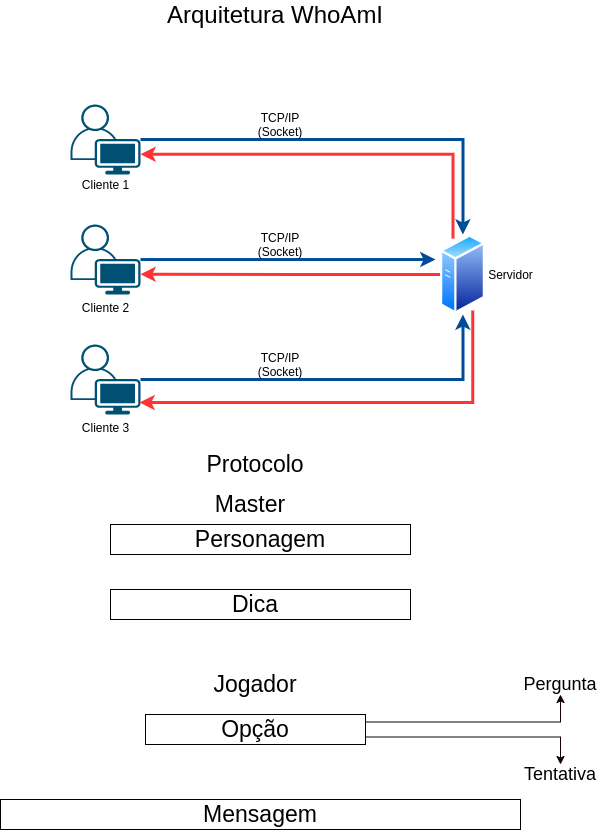
vnc10/ProjetoSD keeps this draw.io diagram as arqSQ.png. Above is the earlier version. Source tidied: cells renumbered, new cells last; positions are measured from the earlier drawing's top-left corner, leaving out a move shared by most shapes.
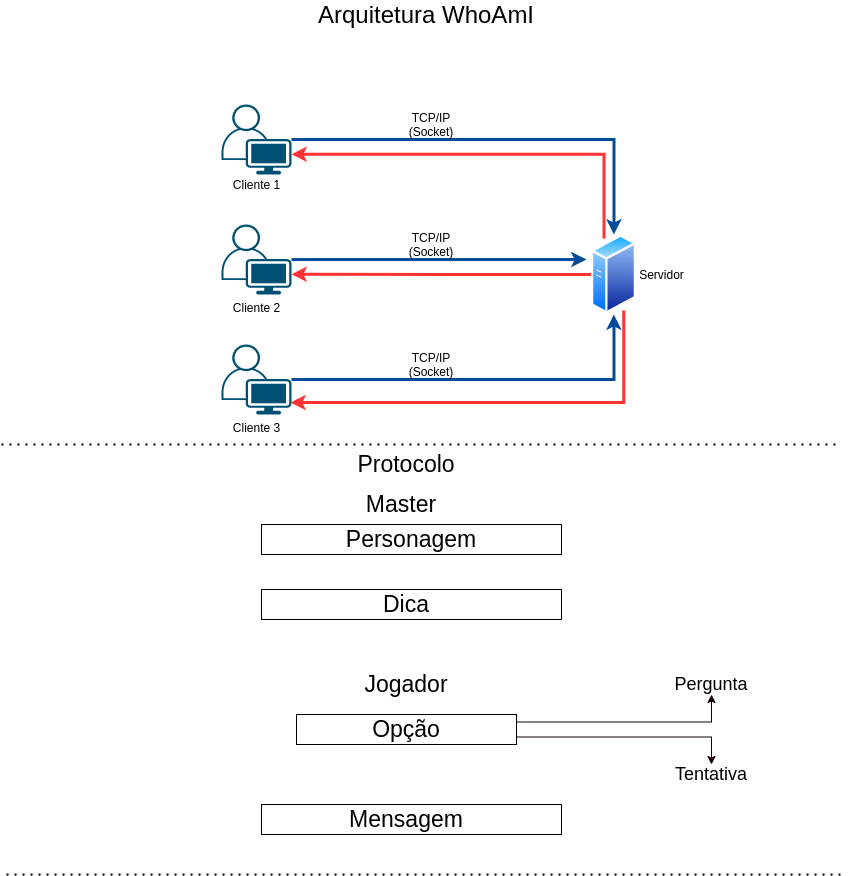
Later version of the same file.

Commit message:
atualizado arquitetura

The edit, as a diff of the source:
```diff
@@ -2,12 +2,12 @@
   <root>
     <mxCell id="0" />
     <mxCell id="1" parent="0" />
+    <mxCell id="33" style="rounded=0;whiteSpace=wrap;html=1;" parent="1" vertex="1">
+      <mxGeometry x="110" y="800" width="300" height="30" as="geometry" />
+    </mxCell>
     <mxCell id="2" style="rounded=0;whiteSpace=wrap;html=1;" parent="1" vertex="1">
       <mxGeometry x="110" y="585" width="300" height="30" as="geometry" />
     </mxCell>
-    <mxCell id="3" style="rounded=0;whiteSpace=wrap;html=1;" parent="1" vertex="1">
-      <mxGeometry y="795" width="520" height="30" as="geometry" />
-    </mxCell>
     <mxCell id="4" style="edgeStyle=orthogonalEdgeStyle;rounded=0;jettySize=auto;html=1;entryX=0.5;entryY=0;entryDx=0;entryDy=0;fillColor=#dae8fc;strokeColor=#004C99;strokeWidth=3;" parent="1" edge="1" source="5" target="13">
       <mxGeometry relative="1" as="geometry" />
     </mxCell>
@@ -85,7 +85,7 @@
       <mxGeometry x="235" y="715" width="40" height="20" as="geometry" />
     </mxCell>
     <mxCell id="25" value="&lt;font style=&quot;font-size: 23px&quot;&gt;Mensagem&lt;/font&gt;" style="text;html=1;strokeColor=none;fillColor=none;align=center;verticalAlign=middle;whiteSpace=wrap;rounded=0;" parent="1" vertex="1">
-      <mxGeometry x="240" y="800" width="40" height="20" as="geometry" />
+      <mxGeometry x="235" y="805" width="40" height="20" as="geometry" />
     </mxCell>
     <mxCell id="26" value="&lt;font style=&quot;font-size: 23px&quot;&gt;Jogador&lt;/font&gt;" style="text;html=1;strokeColor=none;fillColor=none;align=center;verticalAlign=middle;whiteSpace=wrap;rounded=0;" parent="1" vertex="1">
       <mxGeometry x="235" y="670" width="40" height="20" as="geometry" />
@@ -108,5 +108,17 @@
     <mxCell id="32" value="&lt;font style=&quot;font-size: 23px&quot;&gt;Dica&lt;/font&gt;" style="text;html=1;strokeColor=none;fillColor=none;align=center;verticalAlign=middle;whiteSpace=wrap;rounded=0;" parent="1" vertex="1">
       <mxGeometry x="235" y="590" width="40" height="20" as="geometry" />
     </mxCell>
+    <mxCell id="34" style="endArrow=none;dashed=1;html=1;dashPattern=1 3;strokeWidth=2;" parent="1" edge="1">
+      <mxGeometry relative="1" as="geometry">
+        <mxPoint x="-150" y="440" as="sourcePoint" />
+        <mxPoint x="690" y="440" as="targetPoint" />
+      </mxGeometry>
+    </mxCell>
+    <mxCell id="35" style="endArrow=none;dashed=1;html=1;dashPattern=1 3;strokeWidth=2;" parent="1" edge="1">
+      <mxGeometry relative="1" as="geometry">
+        <mxPoint x="-145" y="870" as="sourcePoint" />
+        <mxPoint x="695" y="870" as="targetPoint" />
+      </mxGeometry>
+    </mxCell>
   </root>
 </mxGraphModel>
```
